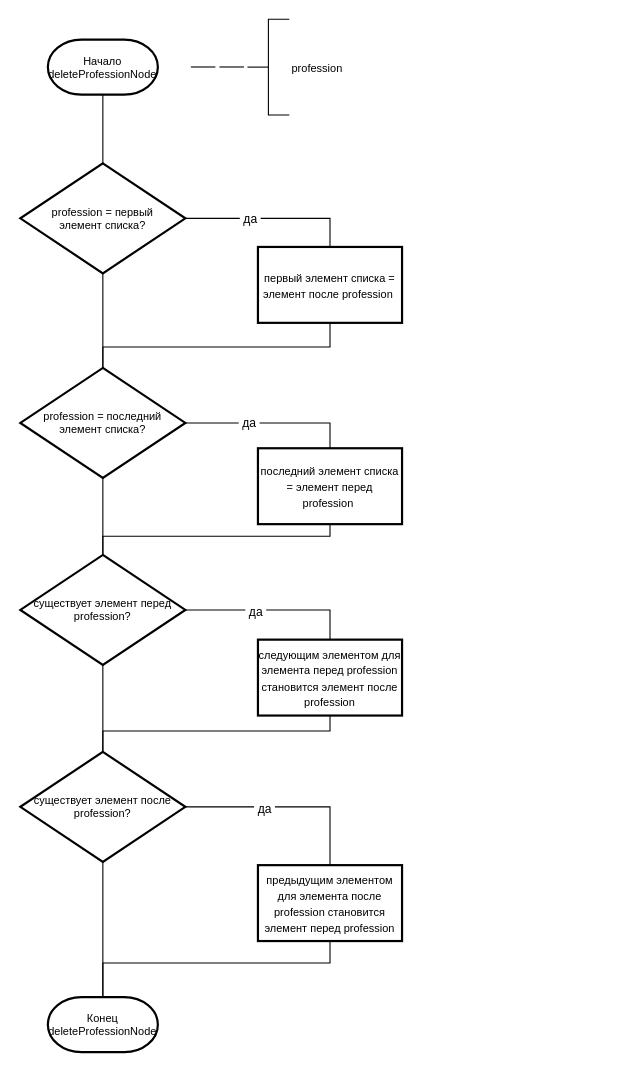
This is page "deleteProfessionNode" (3 of 3) of labs/009/3311sharpinskiy-lab09.drawio from Pyc-Nya/leti-programming-1-course, a draw.io file, before an edit. Source tidied: cells renumbered, new cells numbered last; positions are measured from the earlier drawing's top-left corner, leaving out a move shared by most shapes. Both pictures are drawn from the tidied source at 110%, with x=0, y=0 at pixel (20, 19).
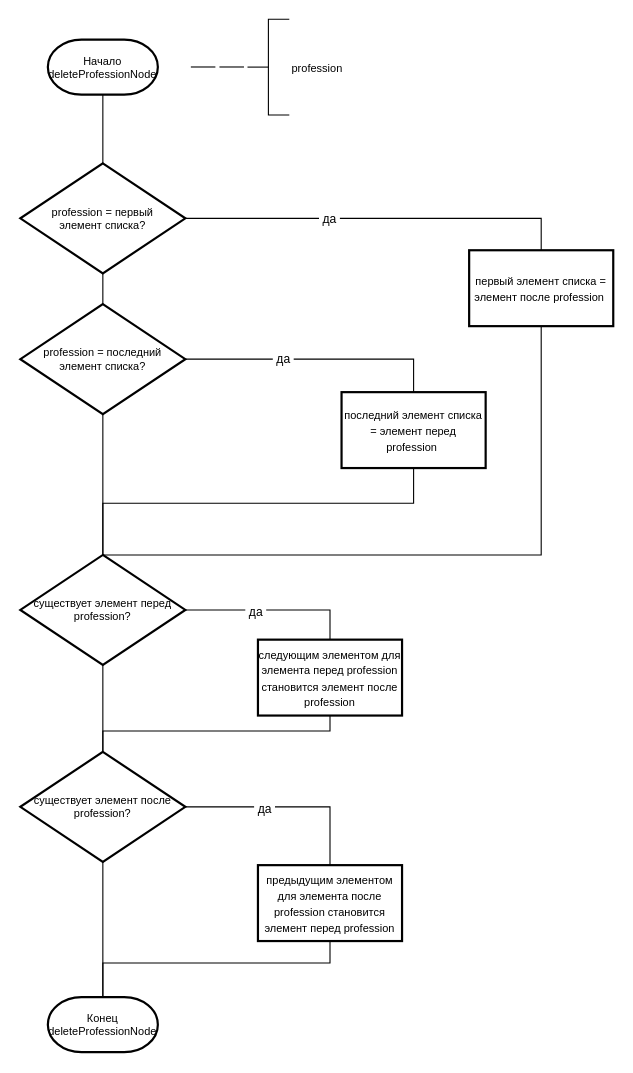
The same page after the edit.

Unchanged cells that the change refers to:
```xml
<mxCell id="16" value="существует элемент перед profession?" style="strokeWidth=2;html=1;shape=mxgraph.flowchart.decision;whiteSpace=wrap;fontSize=10;" parent="1" vertex="1">
  <mxGeometry y="487" width="150" height="100" as="geometry" />
</mxCell>
```

Change to the diagram source:
```diff
@@
     <mxCell id="9" value="&lt;font style=&quot;font-size: 10px;&quot;&gt;первый элемент списка = элемент после profession&amp;nbsp;&lt;/font&gt;" style="rounded=0;whiteSpace=wrap;html=1;absoluteArcSize=1;arcSize=14;strokeWidth=2;" parent="1" vertex="1">
-      <mxGeometry x="216" y="207" width="131" height="69" as="geometry" />
+      <mxGeometry x="408" y="210" width="131" height="69" as="geometry" />
     </mxCell>
@@
     <mxCell id="12" value="profession = последний элемент списка?" style="strokeWidth=2;html=1;shape=mxgraph.flowchart.decision;whiteSpace=wrap;fontSize=10;" parent="1" vertex="1">
-      <mxGeometry y="317" width="150" height="100" as="geometry" />
+      <mxGeometry y="259" width="150" height="100" as="geometry" />
     </mxCell>
     <mxCell id="13" value="&lt;font style=&quot;font-size: 10px;&quot;&gt;последний элемент списка = элемент перед profession&amp;nbsp;&lt;/font&gt;" style="rounded=0;whiteSpace=wrap;html=1;absoluteArcSize=1;arcSize=14;strokeWidth=2;" parent="1" vertex="1">
-      <mxGeometry x="216" y="390" width="131" height="69" as="geometry" />
+      <mxGeometry x="292" y="339" width="131" height="69" as="geometry" />
     </mxCell>
@@
-    <mxCell id="25" style="edgeStyle=orthogonalEdgeStyle;rounded=0;jettySize=auto;html=1;entryX=0.5;entryY=0;entryDx=0;entryDy=0;entryPerimeter=0;endArrow=none;endFill=0;" parent="1" edge="1" source="9" target="12">
+    <mxCell id="25" style="edgeStyle=orthogonalEdgeStyle;rounded=0;jettySize=auto;html=1;entryX=0.5;entryY=0;entryDx=0;entryDy=0;entryPerimeter=0;endArrow=none;endFill=0;exitX=0.5;exitY=1;exitDx=0;exitDy=0;" parent="1" edge="1" source="9" target="16">
       <mxGeometry relative="1" as="geometry">
         <Array as="points">
-          <mxPoint x="282" y="298" />
-          <mxPoint x="75" y="298" />
+          <mxPoint x="474" y="487" />
         </Array>
       </mxGeometry>
     </mxCell>
@@
-    <mxCell id="27" style="edgeStyle=orthogonalEdgeStyle;rounded=0;jettySize=auto;html=1;entryX=0.5;entryY=0;entryDx=0;entryDy=0;entryPerimeter=0;endArrow=none;endFill=0;" parent="1" edge="1" source="13" target="16">
+    <mxCell id="27" style="edgeStyle=orthogonalEdgeStyle;rounded=0;jettySize=auto;html=1;entryX=0.5;entryY=0;entryDx=0;entryDy=0;entryPerimeter=0;endArrow=none;endFill=0;exitX=0.5;exitY=1;exitDx=0;exitDy=0;" parent="1" edge="1" source="13" target="16">
       <mxGeometry relative="1" as="geometry">
         <Array as="points">
-          <mxPoint x="282" y="470" />
-          <mxPoint x="75" y="470" />
+          <mxPoint x="358" y="440" />
+          <mxPoint x="75" y="440" />
         </Array>
       </mxGeometry>
     </mxCell>
```
